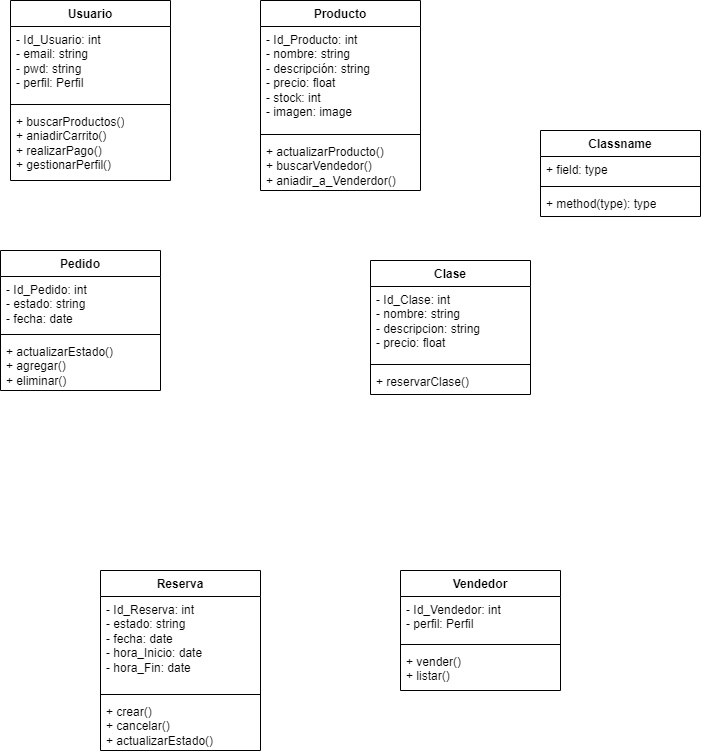
Earlier version of the draw.io export Diagrama_clases.png (OscarELCRACK17/imagen). Source tidied: cells renumbered, new cells last; positions are measured from the earlier drawing's top-left corner, leaving out a move shared by most shapes.
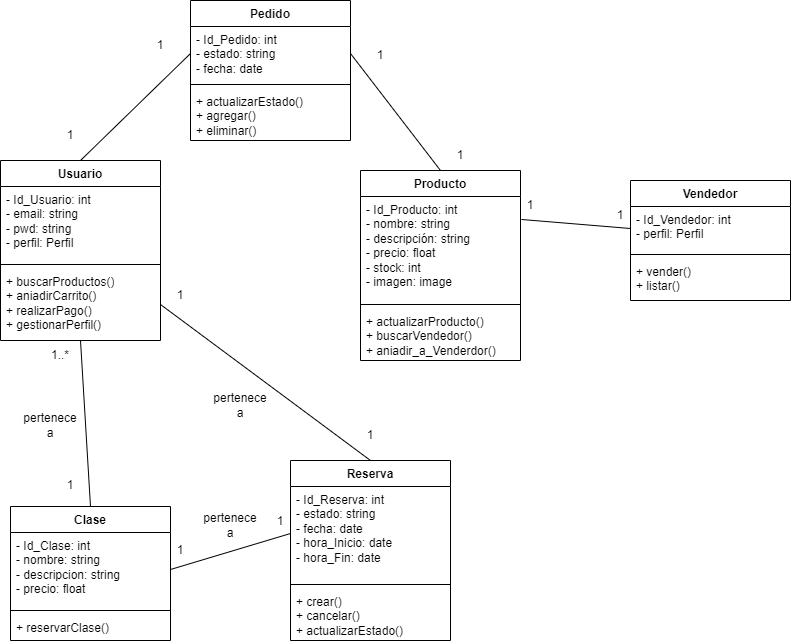
After the commit.

Diff of the diagram source:
```diff
@@ -3,7 +3,7 @@
     <mxCell id="0" />
     <mxCell id="1" parent="0" />
     <mxCell id="2" value="Usuario" style="swimlane;fontStyle=1;align=center;verticalAlign=top;horizontal=1;startSize=26;whiteSpace=wrap;html=1;" parent="1" vertex="1">
-      <mxGeometry x="10" width="160" height="180" as="geometry" />
+      <mxGeometry x="-100" y="110" width="160" height="180" as="geometry" />
     </mxCell>
     <mxCell id="3" value="- Id_Usuario: int&lt;br&gt;- email: string&lt;br&gt;- pwd: string&lt;br&gt;- perfil: Perfil" style="text;strokeColor=none;fillColor=none;align=left;verticalAlign=top;spacingLeft=4;spacingRight=4;overflow=hidden;whiteSpace=wrap;html=1;" parent="2" vertex="1">
       <mxGeometry y="26" width="160" height="74" as="geometry" />
@@ -14,20 +14,8 @@
     <mxCell id="5" value="+ buscarProductos()&lt;br&gt;+ aniadirCarrito()&lt;br&gt;+ realizarPago()&lt;br&gt;+ gestionarPerfil()" style="text;strokeColor=none;fillColor=none;align=left;verticalAlign=top;spacingLeft=4;spacingRight=4;overflow=hidden;points=[[0,0.5],[1,0.5]];portConstraint=eastwest;whiteSpace=wrap;html=1;" parent="2" vertex="1">
       <mxGeometry y="108" width="160" height="72" as="geometry" />
     </mxCell>
-    <mxCell id="6" value="Classname" style="swimlane;fontStyle=1;align=center;verticalAlign=top;horizontal=1;startSize=26;whiteSpace=wrap;html=1;" parent="1" vertex="1">
-      <mxGeometry x="540" y="130" width="160" height="86" as="geometry" />
-    </mxCell>
-    <mxCell id="7" value="+ field: type" style="text;strokeColor=none;fillColor=none;align=left;verticalAlign=top;spacingLeft=4;spacingRight=4;overflow=hidden;whiteSpace=wrap;html=1;" parent="6" vertex="1">
-      <mxGeometry y="26" width="160" height="26" as="geometry" />
-    </mxCell>
-    <mxCell id="8" style="line;strokeWidth=1;fillColor=none;align=left;verticalAlign=middle;spacingTop=-1;spacingLeft=3;spacingRight=3;labelPosition=right;strokeColor=inherit;" parent="6" vertex="1">
-      <mxGeometry y="52" width="160" height="8" as="geometry" />
-    </mxCell>
-    <mxCell id="9" value="+ method(type): type" style="text;strokeColor=none;fillColor=none;align=left;verticalAlign=top;spacingLeft=4;spacingRight=4;overflow=hidden;whiteSpace=wrap;html=1;" parent="6" vertex="1">
-      <mxGeometry y="60" width="160" height="26" as="geometry" />
-    </mxCell>
     <mxCell id="10" value="Pedido" style="swimlane;fontStyle=1;align=center;verticalAlign=top;horizontal=1;startSize=26;whiteSpace=wrap;html=1;" parent="1" vertex="1">
-      <mxGeometry y="250" width="160" height="140" as="geometry" />
+      <mxGeometry x="90" y="-50" width="160" height="140" as="geometry" />
     </mxCell>
     <mxCell id="11" value="- Id_Pedido: int&lt;br&gt;- estado: string&lt;br&gt;- fecha: date" style="text;strokeColor=none;fillColor=none;align=left;verticalAlign=top;spacingLeft=4;spacingRight=4;overflow=hidden;points=[[0,0.5],[1,0.5]];portConstraint=eastwest;whiteSpace=wrap;html=1;" parent="10" vertex="1">
       <mxGeometry y="26" width="160" height="54" as="geometry" />
@@ -39,7 +27,7 @@
       <mxGeometry y="88" width="160" height="52" as="geometry" />
     </mxCell>
     <mxCell id="14" value="Clase" style="swimlane;fontStyle=1;align=center;verticalAlign=top;horizontal=1;startSize=26;whiteSpace=wrap;html=1;" parent="1" vertex="1">
-      <mxGeometry x="370" y="260" width="160" height="134" as="geometry" />
+      <mxGeometry x="-90" y="456" width="160" height="134" as="geometry" />
     </mxCell>
     <mxCell id="15" value="- Id_Clase: int&lt;br&gt;- nombre: string&lt;br&gt;- descripcion: string&lt;br&gt;- precio: float" style="text;strokeColor=none;fillColor=none;align=left;verticalAlign=top;spacingLeft=4;spacingRight=4;overflow=hidden;points=[[0,0.5],[1,0.5]];portConstraint=eastwest;whiteSpace=wrap;html=1;" parent="14" vertex="1">
       <mxGeometry y="26" width="160" height="74" as="geometry" />
@@ -51,7 +39,7 @@
       <mxGeometry y="108" width="160" height="26" as="geometry" />
     </mxCell>
     <mxCell id="18" value="Producto" style="swimlane;fontStyle=1;align=center;verticalAlign=top;horizontal=1;startSize=26;whiteSpace=wrap;html=1;" parent="1" vertex="1">
-      <mxGeometry x="260" width="160" height="190" as="geometry" />
+      <mxGeometry x="260" y="120" width="160" height="190" as="geometry" />
     </mxCell>
     <mxCell id="19" value="- Id_Producto: int&lt;br&gt;- nombre: string&lt;br&gt;- descripción: string&lt;br&gt;- precio: float&lt;br&gt;- stock: int&lt;br&gt;- imagen: image" style="text;strokeColor=none;fillColor=none;align=left;verticalAlign=top;spacingLeft=4;spacingRight=4;overflow=hidden;points=[[0,0.5],[1,0.5]];portConstraint=eastwest;whiteSpace=wrap;html=1;" parent="18" vertex="1">
       <mxGeometry y="26" width="160" height="104" as="geometry" />
@@ -63,7 +51,7 @@
       <mxGeometry y="138" width="160" height="52" as="geometry" />
     </mxCell>
     <mxCell id="22" value="Reserva" style="swimlane;fontStyle=1;align=center;verticalAlign=top;horizontal=1;startSize=26;whiteSpace=wrap;html=1;" parent="1" vertex="1">
-      <mxGeometry x="100" y="570" width="160" height="180" as="geometry" />
+      <mxGeometry x="190" y="410" width="160" height="180" as="geometry" />
     </mxCell>
     <mxCell id="23" value="- Id_Reserva: int&lt;br&gt;- estado: string&lt;br&gt;- fecha: date&lt;br&gt;- hora_Inicio: date&lt;br&gt;- hora_Fin: date" style="text;strokeColor=none;fillColor=none;align=left;verticalAlign=top;spacingLeft=4;spacingRight=4;overflow=hidden;points=[[0,0.5],[1,0.5]];portConstraint=eastwest;whiteSpace=wrap;html=1;" parent="22" vertex="1">
       <mxGeometry y="26" width="160" height="94" as="geometry" />
@@ -75,7 +63,7 @@
       <mxGeometry y="128" width="160" height="52" as="geometry" />
     </mxCell>
     <mxCell id="26" value="Vendedor" style="swimlane;fontStyle=1;align=center;verticalAlign=top;horizontal=1;startSize=26;whiteSpace=wrap;html=1;" parent="1" vertex="1">
-      <mxGeometry x="400" y="570" width="160" height="120" as="geometry" />
+      <mxGeometry x="530" y="130" width="160" height="120" as="geometry" />
     </mxCell>
     <mxCell id="27" value="- Id_Vendedor: int&lt;br&gt;- perfil: Perfil" style="text;strokeColor=none;fillColor=none;align=left;verticalAlign=top;spacingLeft=4;spacingRight=4;overflow=hidden;points=[[0,0.5],[1,0.5]];portConstraint=eastwest;whiteSpace=wrap;html=1;" parent="26" vertex="1">
       <mxGeometry y="26" width="160" height="44" as="geometry" />
@@ -86,5 +74,70 @@
     <mxCell id="29" value="+ vender()&lt;br&gt;+ listar()" style="text;strokeColor=none;fillColor=none;align=left;verticalAlign=top;spacingLeft=4;spacingRight=4;overflow=hidden;whiteSpace=wrap;html=1;" parent="26" vertex="1">
       <mxGeometry y="78" width="160" height="42" as="geometry" />
     </mxCell>
+    <mxCell id="30" style="endArrow=none;html=1;rounded=0;entryX=0;entryY=0.5;entryDx=0;entryDy=0;exitX=1.006;exitY=0.221;exitDx=0;exitDy=0;exitPerimeter=0;" parent="1" edge="1" source="19" target="27">
+      <mxGeometry relative="1" as="geometry" />
+    </mxCell>
+    <mxCell id="31" style="endArrow=none;html=1;rounded=0;entryX=0;entryY=0.5;entryDx=0;entryDy=0;exitX=1;exitY=0.5;exitDx=0;exitDy=0;" parent="1" edge="1" source="15" target="23">
+      <mxGeometry relative="1" as="geometry" />
+    </mxCell>
+    <mxCell id="32" style="endArrow=none;html=1;rounded=0;exitX=0.5;exitY=0;exitDx=0;exitDy=0;entryX=1;entryY=0.5;entryDx=0;entryDy=0;" parent="1" edge="1" source="22" target="5">
+      <mxGeometry relative="1" as="geometry" />
+    </mxCell>
+    <mxCell id="33" style="endArrow=none;html=1;rounded=0;entryX=0.5;entryY=0;entryDx=0;entryDy=0;exitX=1;exitY=0.5;exitDx=0;exitDy=0;" parent="1" edge="1" source="11" target="18">
+      <mxGeometry relative="1" as="geometry" />
+    </mxCell>
+    <mxCell id="34" style="endArrow=none;html=1;rounded=0;entryX=0;entryY=0.5;entryDx=0;entryDy=0;exitX=0.5;exitY=0;exitDx=0;exitDy=0;" parent="1" edge="1" source="2" target="11">
+      <mxGeometry relative="1" as="geometry" />
+    </mxCell>
+    <mxCell id="35" style="endArrow=none;html=1;rounded=0;exitX=0.5;exitY=0;exitDx=0;exitDy=0;" parent="1" edge="1" source="14">
+      <mxGeometry relative="1" as="geometry">
+        <mxPoint x="-20" y="290" as="targetPoint" />
+      </mxGeometry>
+    </mxCell>
+    <mxCell id="36" value="1" style="text;html=1;strokeColor=none;fillColor=none;align=center;verticalAlign=middle;whiteSpace=wrap;rounded=0;" parent="1" vertex="1">
+      <mxGeometry x="-60" y="420" width="60" height="30" as="geometry" />
+    </mxCell>
+    <mxCell id="37" value="1..*" style="text;html=1;strokeColor=none;fillColor=none;align=center;verticalAlign=middle;whiteSpace=wrap;rounded=0;" parent="1" vertex="1">
+      <mxGeometry x="-70" y="290" width="60" height="30" as="geometry" />
+    </mxCell>
+    <mxCell id="38" value="1" style="text;html=1;strokeColor=none;fillColor=none;align=center;verticalAlign=middle;whiteSpace=wrap;rounded=0;" parent="1" vertex="1">
+      <mxGeometry x="-60" y="70" width="60" height="30" as="geometry" />
+    </mxCell>
+    <mxCell id="39" value="1" style="text;html=1;strokeColor=none;fillColor=none;align=center;verticalAlign=middle;whiteSpace=wrap;rounded=0;" parent="1" vertex="1">
+      <mxGeometry x="30" y="-20" width="60" height="30" as="geometry" />
+    </mxCell>
+    <mxCell id="40" value="1" style="text;html=1;strokeColor=none;fillColor=none;align=center;verticalAlign=middle;whiteSpace=wrap;rounded=0;" parent="1" vertex="1">
+      <mxGeometry x="250" y="-10" width="60" height="30" as="geometry" />
+    </mxCell>
+    <mxCell id="41" value="1" style="text;html=1;strokeColor=none;fillColor=none;align=center;verticalAlign=middle;whiteSpace=wrap;rounded=0;" parent="1" vertex="1">
+      <mxGeometry x="330" y="90" width="60" height="30" as="geometry" />
+    </mxCell>
+    <mxCell id="42" value="1" style="text;html=1;strokeColor=none;fillColor=none;align=center;verticalAlign=middle;whiteSpace=wrap;rounded=0;" parent="1" vertex="1">
+      <mxGeometry x="400" y="140" width="60" height="30" as="geometry" />
+    </mxCell>
+    <mxCell id="43" value="1" style="text;html=1;strokeColor=none;fillColor=none;align=center;verticalAlign=middle;whiteSpace=wrap;rounded=0;" parent="1" vertex="1">
+      <mxGeometry x="490" y="150" width="60" height="30" as="geometry" />
+    </mxCell>
+    <mxCell id="44" value="1" style="text;html=1;strokeColor=none;fillColor=none;align=center;verticalAlign=middle;whiteSpace=wrap;rounded=0;" parent="1" vertex="1">
+      <mxGeometry x="240" y="370" width="60" height="30" as="geometry" />
+    </mxCell>
+    <mxCell id="45" value="1" style="text;html=1;strokeColor=none;fillColor=none;align=center;verticalAlign=middle;whiteSpace=wrap;rounded=0;" parent="1" vertex="1">
+      <mxGeometry x="50" y="230" width="60" height="30" as="geometry" />
+    </mxCell>
+    <mxCell id="46" value="1" style="text;html=1;strokeColor=none;fillColor=none;align=center;verticalAlign=middle;whiteSpace=wrap;rounded=0;" parent="1" vertex="1">
+      <mxGeometry x="150" y="456" width="60" height="30" as="geometry" />
+    </mxCell>
+    <mxCell id="47" value="1" style="text;html=1;strokeColor=none;fillColor=none;align=center;verticalAlign=middle;whiteSpace=wrap;rounded=0;" parent="1" vertex="1">
+      <mxGeometry x="50" y="485" width="60" height="30" as="geometry" />
+    </mxCell>
+    <mxCell id="48" value="pertenece a" style="text;html=1;strokeColor=none;fillColor=none;align=center;verticalAlign=middle;whiteSpace=wrap;rounded=0;" parent="1" vertex="1">
+      <mxGeometry x="-80" y="360" width="60" height="30" as="geometry" />
+    </mxCell>
+    <mxCell id="49" value="pertenece a" style="text;html=1;strokeColor=none;fillColor=none;align=center;verticalAlign=middle;whiteSpace=wrap;rounded=0;" parent="1" vertex="1">
+      <mxGeometry x="110" y="340" width="60" height="30" as="geometry" />
+    </mxCell>
+    <mxCell id="50" value="pertenece a" style="text;html=1;strokeColor=none;fillColor=none;align=center;verticalAlign=middle;whiteSpace=wrap;rounded=0;" parent="1" vertex="1">
+      <mxGeometry x="100" y="460" width="60" height="30" as="geometry" />
+    </mxCell>
   </root>
 </mxGraphModel>
```
